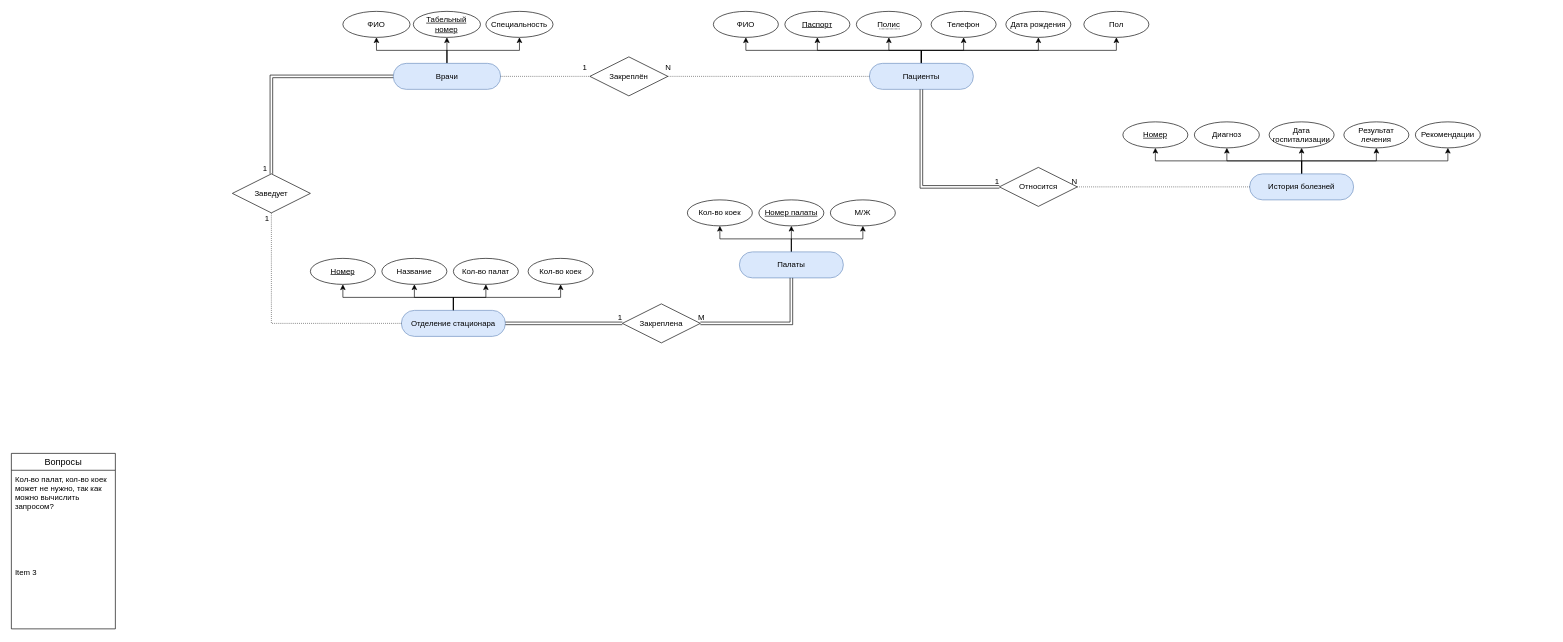
den-a-s/drawio-diagrams keeps this draw.io diagram as EntityRelation.drawio. Above is the earlier version. Source tidied: cells renumbered, new cells numbered last; positions are measured from the earlier drawing's top-left corner, leaving out a move shared by most shapes. Both pictures are drawn from the tidied source at 65%, with x=0, y=0 at pixel (11, 11).
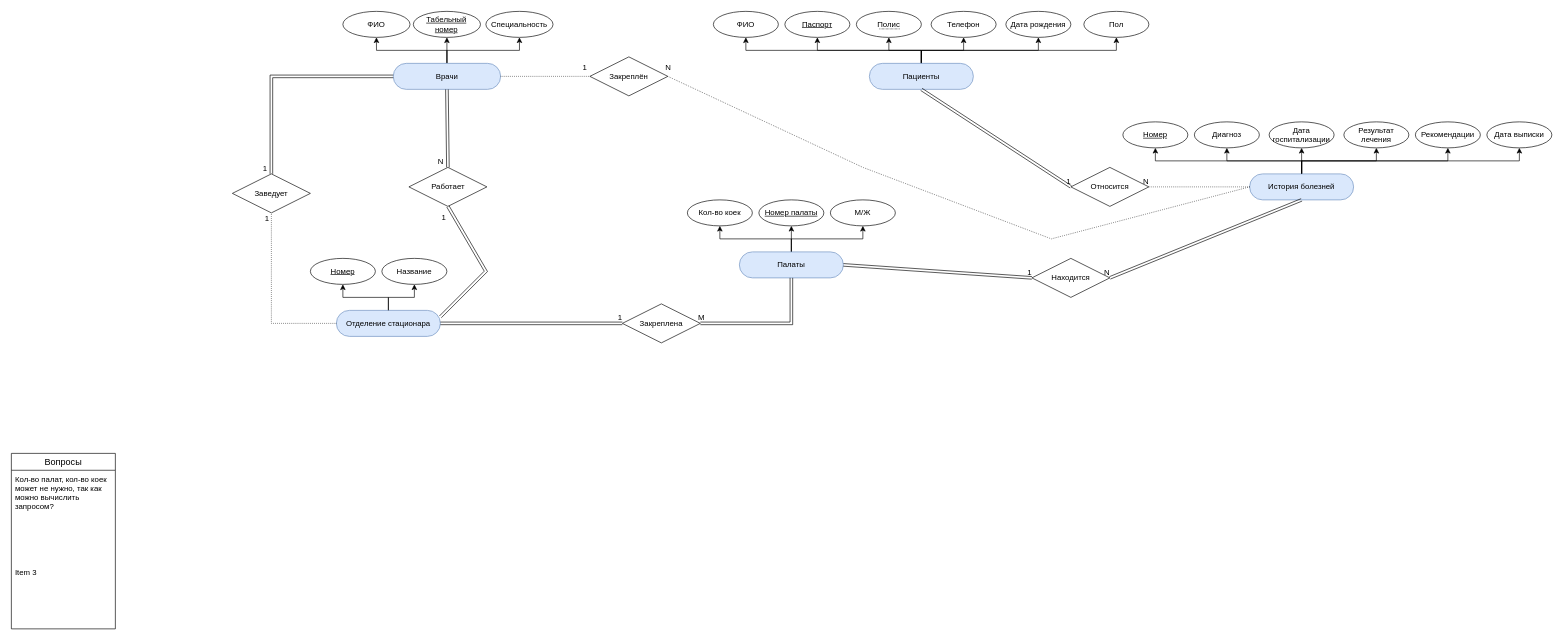
Above is the later version.

Commit message:
Окончательные правки.

The change refers to these unchanged cells:
```xml
<mxCell id="14" value="&lt;div&gt;Пациенты&lt;/div&gt;" style="whiteSpace=wrap;html=1;align=center;fillColor=#dae8fc;strokeColor=#6c8ebf;rounded=1;arcSize=50;" parent="2" vertex="1">
  <mxGeometry x="240" y="80" width="160" height="40" as="geometry" />
</mxCell>
<mxCell id="25" value="&lt;div&gt;История болезней&lt;/div&gt;" style="whiteSpace=wrap;html=1;align=center;fillColor=#dae8fc;strokeColor=#6c8ebf;rounded=1;arcSize=50;" parent="16" vertex="1">
  <mxGeometry x="305" y="80" width="160" height="40" as="geometry" />
</mxCell>
<mxCell id="34" value="&lt;div&gt;Палаты&lt;/div&gt;" style="whiteSpace=wrap;html=1;align=center;fillColor=#dae8fc;strokeColor=#6c8ebf;rounded=1;arcSize=50;" parent="28" vertex="1">
  <mxGeometry x="80" y="80" width="160" height="40" as="geometry" />
</mxCell>
<mxCell id="36" style="group;rounded=0;" parent="1" vertex="1">
  <mxGeometry x="460" y="380" width="670" height="130" as="geometry" />
</mxCell>
<mxCell id="42" value="&lt;div&gt;Номер&lt;/div&gt;" style="ellipse;whiteSpace=wrap;html=1;align=center;fontStyle=4;" parent="36" vertex="1">
  <mxGeometry width="100" height="40" as="geometry" />
</mxCell>
<mxCell id="56" value="Врачи" style="whiteSpace=wrap;html=1;align=center;fillColor=#dae8fc;strokeColor=#6c8ebf;rounded=1;arcSize=50;" parent="49" vertex="1">
  <mxGeometry x="77.5" y="80" width="165.2" height="40" as="geometry" />
</mxCell>
<mxCell id="68" value="&lt;div&gt;Закреплён&lt;/div&gt;" style="shape=rhombus;perimeter=rhombusPerimeter;whiteSpace=wrap;html=1;align=center;" parent="1" vertex="1">
  <mxGeometry x="890" y="70" width="120" height="60" as="geometry" />
</mxCell>
```

Change to the diagram source:
```diff
@@
     <mxCell id="16" style="group;rounded=0;" parent="1" vertex="1">
-      <mxGeometry x="1600" y="170" width="660" height="120" as="geometry" />
+      <mxGeometry x="1600" y="170" width="730" height="130" as="geometry" />
     </mxCell>
@@
+    <mxCell id="63" value="Относится" style="shape=rhombus;perimeter=rhombusPerimeter;whiteSpace=wrap;html=1;align=center;" parent="16" vertex="1">
+      <mxGeometry x="30" y="70" width="120" height="60" as="geometry" />
+    </mxCell>
+    <mxCell id="66" style="endArrow=none;html=1;rounded=0;dashed=1;dashPattern=1 2;entryX=1;entryY=0.5;entryDx=0;entryDy=0;exitX=0;exitY=0.5;exitDx=0;exitDy=0;" parent="16" edge="1" source="25" target="63">
+      <mxGeometry relative="1" as="geometry" />
+    </mxCell>
+    <mxCell id="67" value="N" style="html=1;align=right;verticalAlign=bottom;" parent="66" vertex="1">
+      <mxGeometry x="1" relative="1" as="geometry" />
+    </mxCell>
@@
-    <mxCell id="37" value="Кол-во коек" style="ellipse;whiteSpace=wrap;html=1;align=center;" parent="36" vertex="1">
-      <mxGeometry x="335" width="100" height="40" as="geometry" />
-    </mxCell>
-    <mxCell id="38" style="edgeStyle=orthogonalEdgeStyle;rounded=0;jettySize=auto;html=1;entryX=0.5;entryY=1;entryDx=0;entryDy=0;exitX=0.5;exitY=0;exitDx=0;exitDy=0;" parent="36" edge="1" source="41" target="37">
-      <mxGeometry relative="1" as="geometry">
-        <Array as="points">
-          <mxPoint x="220" y="60" />
-          <mxPoint x="385" y="60" />
-        </Array>
-      </mxGeometry>
-    </mxCell>
     <mxCell id="39" style="edgeStyle=orthogonalEdgeStyle;rounded=0;jettySize=auto;html=1;exitX=0.5;exitY=0;exitDx=0;exitDy=0;entryX=0.5;entryY=1;entryDx=0;entryDy=0;" parent="36" edge="1" source="41" target="42">
       <mxGeometry relative="1" as="geometry">
         <Array as="points">
-          <mxPoint x="220" y="60" />
+          <mxPoint x="120" y="60" />
           <mxPoint x="50" y="60" />
         </Array>
       </mxGeometry>
     </mxCell>
-    <mxCell id="40" style="edgeStyle=orthogonalEdgeStyle;rounded=0;jettySize=auto;html=1;entryX=0.5;entryY=1;entryDx=0;entryDy=0;exitX=0.5;exitY=0;exitDx=0;exitDy=0;" parent="36" edge="1" source="41">
-      <mxGeometry relative="1" as="geometry">
-        <mxPoint x="270" y="40" as="targetPoint" />
-        <Array as="points">
-          <mxPoint x="220" y="60" />
-          <mxPoint x="270" y="60" />
-        </Array>
-      </mxGeometry>
-    </mxCell>
     <mxCell id="41" value="Отделение стационара" style="whiteSpace=wrap;html=1;align=center;fillColor=#dae8fc;strokeColor=#6c8ebf;rounded=1;arcSize=50;" parent="36" vertex="1">
-      <mxGeometry x="140" y="80" width="160" height="40" as="geometry" />
+      <mxGeometry x="40" y="80" width="160" height="40" as="geometry" />
     </mxCell>
@@
-    <mxCell id="43" value="Кол-во палат" style="ellipse;whiteSpace=wrap;html=1;align=center;" parent="36" vertex="1">
-      <mxGeometry x="220" width="100" height="40" as="geometry" />
-    </mxCell>
@@
-    <mxCell id="63" value="Относится" style="shape=rhombus;perimeter=rhombusPerimeter;whiteSpace=wrap;html=1;align=center;" parent="1" vertex="1">
-      <mxGeometry x="1520" y="240" width="120" height="60" as="geometry" />
-    </mxCell>
     <mxCell id="64" style="shape=link;html=1;rounded=0;entryX=0;entryY=0.5;entryDx=0;entryDy=0;exitX=0.5;exitY=1;exitDx=0;exitDy=0;" parent="1" edge="1" source="14" target="63">
-      <mxGeometry relative="1" as="geometry">
-        <Array as="points">
-          <mxPoint x="1400" y="270" />
-        </Array>
-      </mxGeometry>
+      <mxGeometry relative="1" as="geometry" />
     </mxCell>
@@
-    <mxCell id="66" style="endArrow=none;html=1;rounded=0;dashed=1;dashPattern=1 2;entryX=1;entryY=0.5;entryDx=0;entryDy=0;exitX=0;exitY=0.5;exitDx=0;exitDy=0;" parent="1" edge="1" source="25" target="63">
-      <mxGeometry relative="1" as="geometry" />
-    </mxCell>
-    <mxCell id="67" value="N" style="html=1;align=right;verticalAlign=bottom;" parent="66" vertex="1">
-      <mxGeometry x="1" relative="1" as="geometry" />
-    </mxCell>
@@
-    <mxCell id="73" style="endArrow=none;html=1;rounded=0;dashed=1;dashPattern=1 2;entryX=1;entryY=0.5;entryDx=0;entryDy=0;exitX=0;exitY=0.5;exitDx=0;exitDy=0;" parent="1" edge="1" source="14" target="68">
-      <mxGeometry relative="1" as="geometry" />
+    <mxCell id="73" style="endArrow=none;html=1;rounded=0;dashed=1;dashPattern=1 2;entryX=1;entryY=0.5;entryDx=0;entryDy=0;exitX=0;exitY=0.5;exitDx=0;exitDy=0;" parent="1" edge="1" source="25" target="68">
+      <mxGeometry relative="1" as="geometry">
+        <Array as="points">
+          <mxPoint x="1600" y="350" />
+          <mxPoint x="1310" y="240" />
+        </Array>
+      </mxGeometry>
     </mxCell>
@@
+    <mxCell id="77" value="Находится" style="shape=rhombus;perimeter=rhombusPerimeter;whiteSpace=wrap;html=1;align=center;" parent="1" vertex="1">
+      <mxGeometry x="1570" y="380" width="120" height="60" as="geometry" />
+    </mxCell>
+    <mxCell id="78" style="shape=link;html=1;rounded=0;exitX=1;exitY=0.5;exitDx=0;exitDy=0;entryX=0;entryY=0.5;entryDx=0;entryDy=0;" parent="1" edge="1" source="34" target="77">
+      <mxGeometry relative="1" as="geometry" />
+    </mxCell>
+    <mxCell id="79" value="1" style="html=1;align=right;verticalAlign=bottom;" parent="78" vertex="1">
+      <mxGeometry x="1" relative="1" as="geometry" />
+    </mxCell>
+    <mxCell id="80" style="shape=link;html=1;rounded=0;exitX=0.5;exitY=1;exitDx=0;exitDy=0;entryX=1;entryY=0.5;entryDx=0;entryDy=0;" parent="1" edge="1" source="25" target="77">
+      <mxGeometry relative="1" as="geometry" />
+    </mxCell>
+    <mxCell id="81" value="N" style="html=1;align=right;verticalAlign=bottom;" parent="80" vertex="1">
+      <mxGeometry x="1" relative="1" as="geometry" />
+    </mxCell>
+    <mxCell id="82" value="Работает" style="shape=rhombus;perimeter=rhombusPerimeter;whiteSpace=wrap;html=1;align=center;" parent="1" vertex="1">
+      <mxGeometry x="611.6" y="240" width="120" height="60" as="geometry" />
+    </mxCell>
+    <mxCell id="83" style="shape=link;html=1;rounded=0;exitX=1;exitY=0.25;exitDx=0;exitDy=0;entryX=0.5;entryY=1;entryDx=0;entryDy=0;" parent="1" edge="1" source="41" target="82">
+      <mxGeometry relative="1" as="geometry">
+        <Array as="points">
+          <mxPoint x="730" y="400" />
+        </Array>
+      </mxGeometry>
+    </mxCell>
+    <mxCell id="84" value="1" style="html=1;align=right;verticalAlign=bottom;" parent="83" vertex="1">
+      <mxGeometry x="1" relative="1" as="geometry">
+        <mxPoint x="-2" y="26" as="offset" />
+      </mxGeometry>
+    </mxCell>
+    <mxCell id="85" style="shape=link;html=1;rounded=0;exitX=0.5;exitY=1;exitDx=0;exitDy=0;entryX=0.5;entryY=0;entryDx=0;entryDy=0;" parent="1" edge="1" source="56" target="82">
+      <mxGeometry relative="1" as="geometry" />
+    </mxCell>
+    <mxCell id="86" value="N" style="html=1;align=right;verticalAlign=bottom;" parent="85" vertex="1">
+      <mxGeometry x="1" relative="1" as="geometry">
+        <mxPoint x="-7" as="offset" />
+      </mxGeometry>
+    </mxCell>
+    <mxCell id="87" value="Дата выписки" style="ellipse;whiteSpace=wrap;html=1;align=center;" parent="1" vertex="1">
+      <mxGeometry x="2270" y="170" width="100" height="40" as="geometry" />
+    </mxCell>
+    <mxCell id="88" style="edgeStyle=orthogonalEdgeStyle;rounded=0;jettySize=auto;html=1;entryX=0.5;entryY=1;entryDx=0;entryDy=0;" parent="1" edge="1" source="25" target="87">
+      <mxGeometry relative="1" as="geometry">
+        <Array as="points">
+          <mxPoint x="1985" y="230" />
+          <mxPoint x="2320" y="230" />
+        </Array>
+      </mxGeometry>
+    </mxCell>
```
